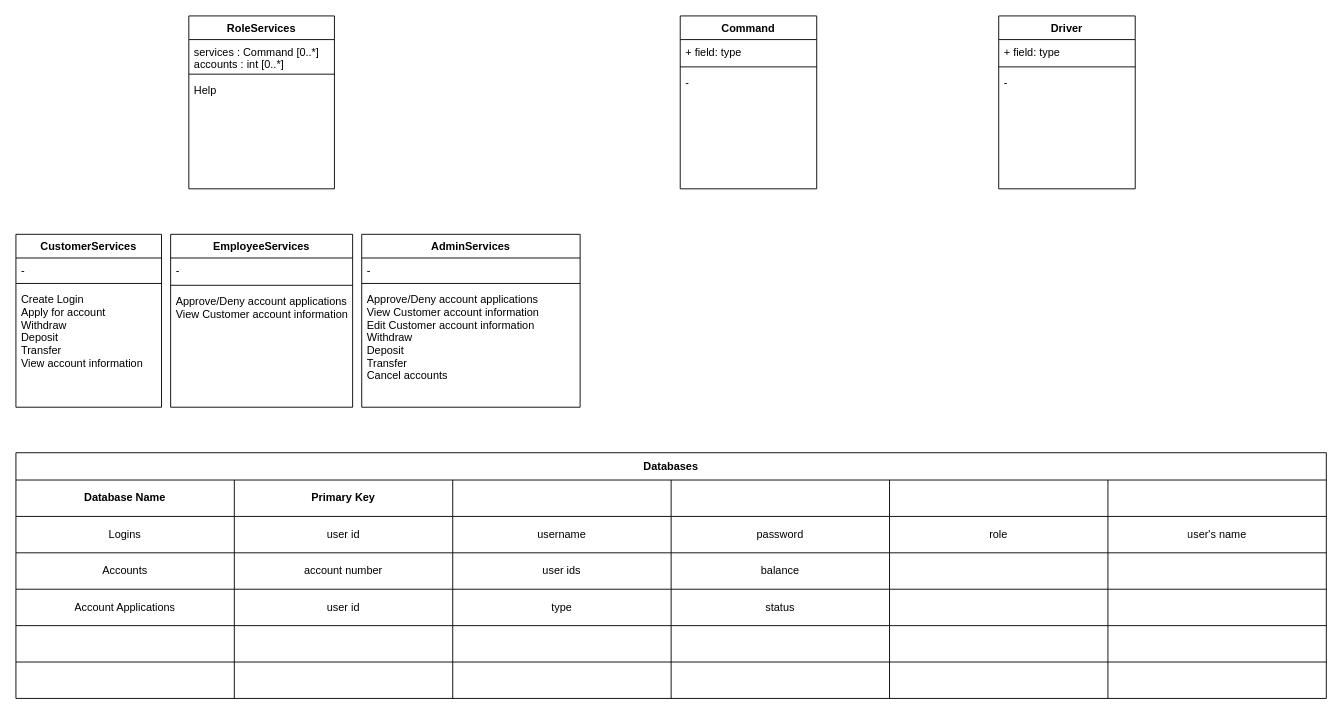
The draw.io diagram Project0/docs/Project0_UML.drawio in 2010USFJava/OsbergC, before the edit. Source tidied: cells renumbered, new cells numbered last; positions are measured from the earlier drawing's top-left corner, leaving out a move shared by most shapes. Both pictures are drawn from the tidied source at 91%, with x=0, y=0 at pixel (15, 15).
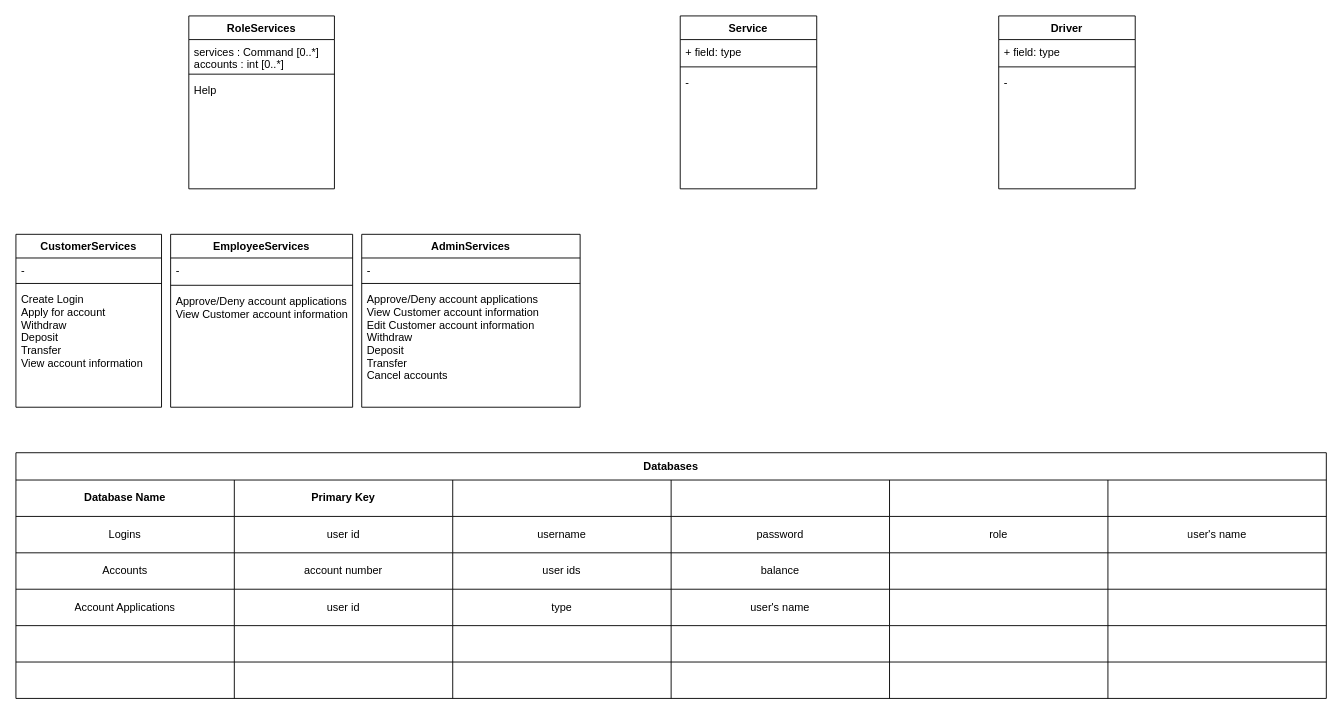
The same diagram, later.

Unchanged cells that the change refers to:
```xml
<mxCell id="32" style="shape=partialRectangle;html=1;whiteSpace=wrap;fillColor=none;top=0;left=0;bottom=0;right=0;" parent="10" vertex="1">
  <mxGeometry y="150" width="1440" height="40" as="geometry" />
</mxCell>
```

Diff of the diagram source:
```diff
@@
-    <mxCell id="2" value="Command" style="swimlane;fontStyle=1;align=center;verticalAlign=top;horizontal=1;startSize=26;" parent="1" vertex="1">
+    <mxCell id="2" value="Service" style="swimlane;fontStyle=1;align=center;verticalAlign=top;horizontal=1;startSize=26;" parent="1" vertex="1">
       <mxGeometry x="730" width="150" height="190" as="geometry" />
     </mxCell>
@@
-    <mxCell id="36" value="status" style="shape=partialRectangle;html=1;whiteSpace=wrap;fillColor=none;top=0;left=0;bottom=0;right=0;overflow=hidden;" parent="32" vertex="1">
+    <mxCell id="36" value="user's name" style="shape=partialRectangle;html=1;whiteSpace=wrap;fillColor=none;top=0;left=0;bottom=0;right=0;overflow=hidden;" parent="32" vertex="1">
       <mxGeometry x="720" width="240" height="40" as="geometry" />
     </mxCell>
```
